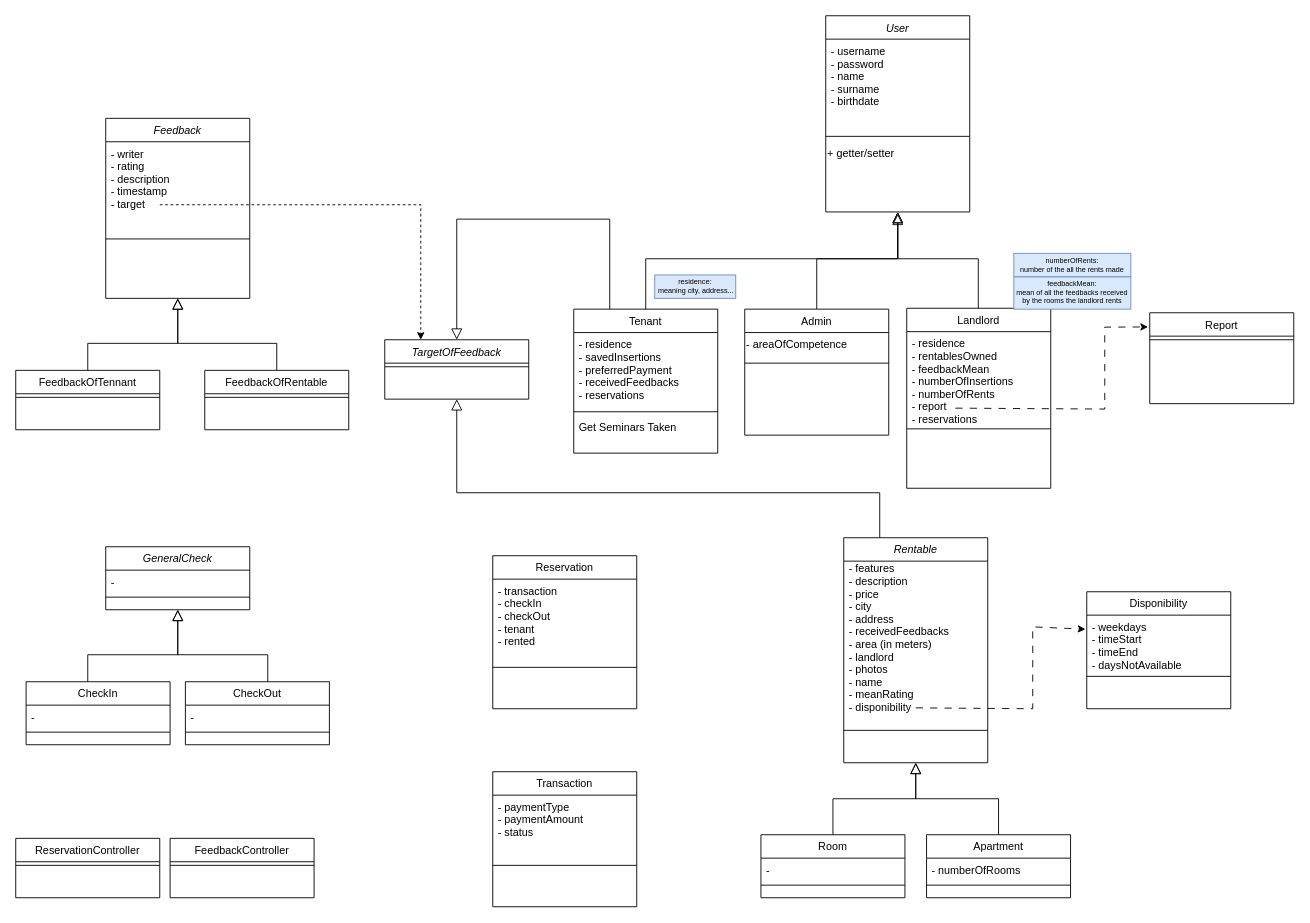
This is class_diagram.drawio from dnbias/hroom, a draw.io file, before an edit. Source tidied: cells renumbered, new cells numbered last; positions are measured from the earlier drawing's top-left corner, leaving out a move shared by most shapes. Both pictures are drawn from the tidied source at 90%, with x=0, y=0 at pixel (15, 15).
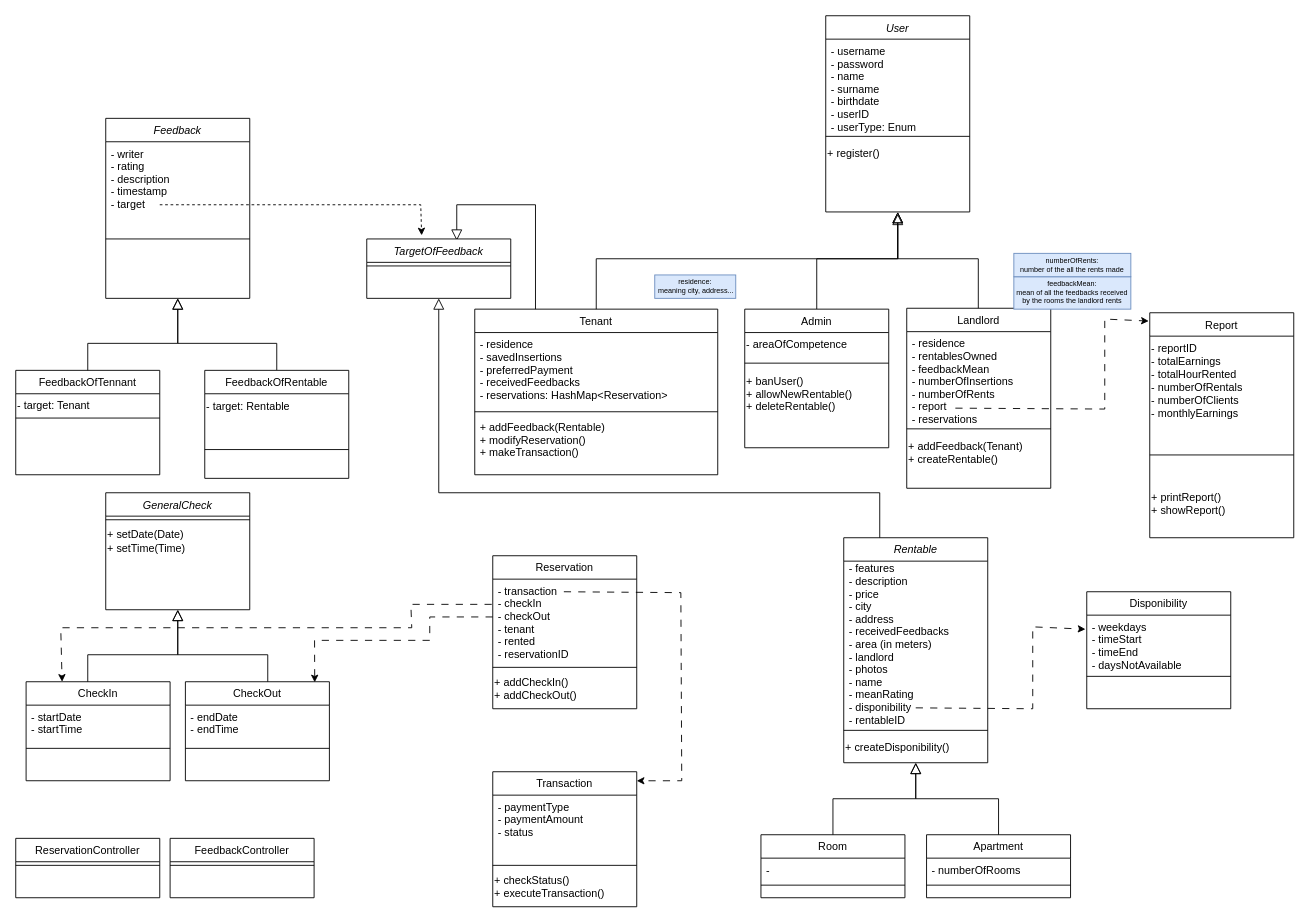
The same page after the edit.

The change refers to these unchanged cells:
```xml
<mxCell id="2" value="User" style="swimlane;fontStyle=2;align=center;verticalAlign=top;horizontal=1;startSize=26;rounded=0;shadow=0;strokeWidth=1;" parent="1" vertex="1">
  <mxGeometry x="900" width="160" height="218" as="geometry" />
</mxCell>
<mxCell id="11" value="Landlord" style="swimlane;fontStyle=0;align=center;verticalAlign=top;horizontal=1;startSize=26;rounded=0;shadow=0;strokeWidth=1;" parent="1" vertex="1">
  <mxGeometry x="990" y="325" width="160" height="200" as="geometry" />
</mxCell>
<mxCell id="19" value="Rentable" style="swimlane;fontStyle=2;align=center;verticalAlign=top;horizontal=1;startSize=26;rounded=0;shadow=0;strokeWidth=1;" parent="1" vertex="1">
  <mxGeometry x="920" y="580" width="160" height="250" as="geometry" />
</mxCell>
<mxCell id="28" value="Reservation" style="swimlane;fontStyle=0;align=center;verticalAlign=top;horizontal=1;startSize=26;rounded=0;shadow=0;strokeWidth=1;" parent="1" vertex="1">
  <mxGeometry x="530" y="600" width="160" height="170" as="geometry" />
</mxCell>
<mxCell id="31" value="Transaction" style="swimlane;fontStyle=0;align=center;verticalAlign=top;horizontal=1;startSize=26;rounded=0;shadow=0;strokeWidth=1;" parent="1" vertex="1">
  <mxGeometry x="530" y="840" width="160" height="150" as="geometry" />
</mxCell>
<mxCell id="34" value="Feedback" style="swimlane;fontStyle=2;align=center;verticalAlign=top;horizontal=1;startSize=26;rounded=0;shadow=0;strokeWidth=1;" parent="1" vertex="1">
  <mxGeometry x="100" y="114" width="160" height="200" as="geometry" />
</mxCell>
```

What changed in the source:
```diff
@@
-    <mxCell id="3" value="- username&#10;- password&#10;- name&#10;- surname&#10;- birthdate&#10;" style="text;align=left;verticalAlign=top;spacingLeft=4;spacingRight=4;overflow=hidden;" parent="2" vertex="1">
+    <mxCell id="3" value="- username&#10;- password&#10;- name&#10;- surname&#10;- birthdate&#10;- userID&#10;- userType: Enum&#10;" style="text;align=left;verticalAlign=top;spacingLeft=4;spacingRight=4;overflow=hidden;" parent="2" vertex="1">
       <mxGeometry y="26" width="160" height="104" as="geometry" />
     </mxCell>
@@
-    <mxCell id="5" value="&lt;div&gt;+ getter/setter&lt;/div&gt;" style="text;html=1;align=left;verticalAlign=middle;strokeColor=none;fillColor=none;" parent="2" vertex="1">
-      <mxGeometry y="138" width="160" height="30" as="geometry" />
-    </mxCell>
+    <mxCell id="76" value="+ register()" style="text;html=1;align=left;verticalAlign=middle;strokeColor=none;fillColor=none;" parent="2" vertex="1">
+      <mxGeometry y="138" width="160" height="30" as="geometry" />
+    </mxCell>
     <mxCell id="6" value="Tenant" style="swimlane;fontStyle=0;align=center;verticalAlign=top;horizontal=1;startSize=26;rounded=0;shadow=0;strokeWidth=1;" parent="1" vertex="1">
-      <mxGeometry x="620" y="326" width="160" height="160" as="geometry" />
+      <mxGeometry x="510" y="326" width="270" height="184" as="geometry" />
     </mxCell>
-    <mxCell id="7" value="- residence&#10;- savedInsertions&#10;- preferredPayment&#10;- receivedFeedbacks&#10;- reservations&#10;&#10;" style="text;align=left;verticalAlign=top;spacingLeft=4;spacingRight=4;overflow=hidden;" parent="6" vertex="1">
-      <mxGeometry y="26" width="160" height="84" as="geometry" />
+    <mxCell id="7" value="- residence&#10;- savedInsertions&#10;- preferredPayment&#10;- receivedFeedbacks&#10;- reservations: HashMap&lt;Reservation&gt;&#10;&#10;" style="text;align=left;verticalAlign=top;spacingLeft=4;spacingRight=4;overflow=hidden;" parent="6" vertex="1">
+      <mxGeometry y="26" width="270" height="84" as="geometry" />
     </mxCell>
     <mxCell id="8" style="line;html=1;strokeWidth=1;align=left;verticalAlign=middle;spacingTop=-1;spacingLeft=3;spacingRight=3;labelPosition=right;" parent="6" vertex="1">
-      <mxGeometry y="110" width="160" height="8" as="geometry" />
+      <mxGeometry y="110" width="270" height="8" as="geometry" />
     </mxCell>
-    <mxCell id="9" value="Get Seminars Taken" style="text;align=left;verticalAlign=top;spacingLeft=4;spacingRight=4;overflow=hidden;" parent="6" vertex="1">
-      <mxGeometry y="118" width="160" height="26" as="geometry" />
+    <mxCell id="9" value="+ addFeedback(Rentable)&#10;+ modifyReservation()&#10;+ makeTransaction()&#10;&#10;" style="text;align=left;verticalAlign=top;spacingLeft=4;spacingRight=4;overflow=hidden;" parent="6" vertex="1">
+      <mxGeometry y="118" width="270" height="62" as="geometry" />
     </mxCell>
@@
+    <mxCell id="77" value="&lt;div&gt;+ addFeedback(Tenant)&lt;/div&gt;&lt;div&gt;+ createRentable()&lt;/div&gt;&lt;div&gt;&lt;br&gt;&lt;/div&gt;" style="text;html=1;align=left;verticalAlign=middle;strokeColor=none;fillColor=none;" parent="11" vertex="1">
+      <mxGeometry y="138" width="160" height="60" as="geometry" />
+    </mxCell>
@@
     <mxCell id="15" value="FeedbackOfTennant" style="swimlane;fontStyle=0;align=center;verticalAlign=top;horizontal=1;startSize=26;rounded=0;shadow=0;strokeWidth=1;" parent="1" vertex="1">
-      <mxGeometry y="394" width="160" height="66" as="geometry" />
+      <mxGeometry y="394" width="160" height="116" as="geometry" />
     </mxCell>
     <mxCell id="16" style="line;html=1;strokeWidth=1;align=left;verticalAlign=middle;spacingTop=-1;spacingLeft=3;spacingRight=3;labelPosition=right;" parent="15" vertex="1">
-      <mxGeometry y="26" width="160" height="8" as="geometry" />
+      <mxGeometry y="26" width="160" height="54" as="geometry" />
     </mxCell>
     <mxCell id="17" value="Report" style="swimlane;fontStyle=0;align=center;verticalAlign=top;horizontal=1;startSize=26;rounded=0;shadow=0;strokeWidth=1;" parent="1" vertex="1">
-      <mxGeometry x="1260" y="330" width="160" height="101" as="geometry" />
+      <mxGeometry x="1260" y="330" width="160" height="250" as="geometry" />
     </mxCell>
+    <mxCell id="78" value="&lt;div&gt;- reportID&lt;/div&gt;&lt;div&gt;- totalEarnings&lt;/div&gt;&lt;div&gt;- totalHourRented&lt;/div&gt;&lt;div&gt;- numberOfRentals&lt;/div&gt;&lt;div&gt;- numberOfClients&lt;br&gt;&lt;/div&gt;&lt;div&gt;- monthlyEarnings&lt;br&gt;&lt;/div&gt;" style="text;html=1;align=left;verticalAlign=middle;strokeColor=none;fillColor=none;" parent="17" vertex="1">
+      <mxGeometry y="26" width="160" height="100" as="geometry" />
+    </mxCell>
     <mxCell id="18" style="line;html=1;strokeWidth=1;align=left;verticalAlign=middle;spacingTop=-1;spacingLeft=3;spacingRight=3;labelPosition=right;" parent="17" vertex="1">
-      <mxGeometry y="26" width="160" height="8" as="geometry" />
+      <mxGeometry y="126" width="160" height="64" as="geometry" />
     </mxCell>
+    <mxCell id="79" value="&lt;div&gt;+ printReport()&lt;/div&gt;&lt;div&gt;+ showReport()&lt;/div&gt;&lt;div&gt;&lt;br&gt;&lt;/div&gt;" style="text;html=1;align=left;verticalAlign=middle;strokeColor=none;fillColor=none;" parent="17" vertex="1">
+      <mxGeometry y="190" width="160" height="60" as="geometry" />
+    </mxCell>
@@
-    <mxCell id="20" value="- features&#10;- description&#10;- price&#10;- city&#10;- address&#10;- receivedFeedbacks&#10;- area (in meters)&#10;- landlord&#10;- photos&#10;- name&#10;- meanRating&#10;- disponibility&#10;&#10;&#10;&#10;&#10;&#10;" style="text;align=left;verticalAlign=middle;spacingLeft=4;spacingRight=4;overflow=hidden;labelPosition=center;verticalLabelPosition=middle;" parent="19" vertex="1">
+    <mxCell id="20" value="- features&#10;- description&#10;- price&#10;- city&#10;- address&#10;- receivedFeedbacks&#10;- area (in meters)&#10;- landlord&#10;- photos&#10;- name&#10;- meanRating&#10;- disponibility&#10;- rentableID&#10;&#10;&#10;&#10;&#10;&#10;&#10;" style="text;align=left;verticalAlign=middle;spacingLeft=4;spacingRight=4;overflow=hidden;labelPosition=center;verticalLabelPosition=middle;" parent="19" vertex="1">
       <mxGeometry y="26" width="160" height="184" as="geometry" />
     </mxCell>
@@
+    <mxCell id="80" value="+ createDisponibility()" style="text;html=1;align=left;verticalAlign=middle;strokeColor=none;fillColor=none;" parent="19" vertex="1">
+      <mxGeometry y="218" width="160" height="30" as="geometry" />
+    </mxCell>
@@
-    <mxCell id="29" value="- transaction&#10;- checkIn&#10;- checkOut&#10;- tenant&#10;- rented&#10;" style="text;align=left;verticalAlign=top;spacingLeft=4;spacingRight=4;overflow=hidden;points=[[0,0.5],[1,0.5]];portConstraint=eastwest;" parent="28" vertex="1">
+    <mxCell id="29" value="- transaction&#10;- checkIn&#10;- checkOut&#10;- tenant&#10;- rented&#10;- reservationID&#10;&#10;" style="text;align=left;verticalAlign=top;spacingLeft=4;spacingRight=4;overflow=hidden;points=[[0,0.5],[1,0.5]];portConstraint=eastwest;" parent="28" vertex="1">
       <mxGeometry y="26" width="160" height="94" as="geometry" />
     </mxCell>
@@
+    <mxCell id="81" value="&lt;div&gt;+ addCheckIn()&lt;/div&gt;&lt;div&gt;+ addCheckOut()&lt;/div&gt;" style="text;html=1;align=left;verticalAlign=middle;strokeColor=none;fillColor=none;" parent="28" vertex="1">
+      <mxGeometry y="128" width="160" height="40" as="geometry" />
+    </mxCell>
@@
+    <mxCell id="82" value="&lt;div&gt;+ checkStatus()&lt;br&gt;&lt;/div&gt;&lt;div&gt;+ executeTransaction()&lt;br&gt;&lt;/div&gt;" style="text;html=1;align=left;verticalAlign=middle;strokeColor=none;fillColor=none;" parent="31" vertex="1">
+      <mxGeometry y="108" width="160" height="40" as="geometry" />
+    </mxCell>
@@
     <mxCell id="36" style="endArrow=block;endSize=10;endFill=0;shadow=0;strokeWidth=1;rounded=0;edgeStyle=elbowEdgeStyle;elbow=vertical;exitX=0.25;exitY=0;exitDx=0;exitDy=0;" parent="34" edge="1" source="6">
       <mxGeometry relative="1" as="geometry">
-        <mxPoint x="390" y="246" as="targetPoint" />
+        <mxPoint x="390" y="136" as="targetPoint" />
         <Array as="points">
-          <mxPoint x="170" y="112" />
+          <mxPoint x="480" y="96" />
         </Array>
       </mxGeometry>
     </mxCell>
@@
     <mxCell id="45" value="TargetOfFeedback" style="swimlane;fontStyle=2;align=center;verticalAlign=top;horizontal=1;startSize=26;rounded=0;shadow=0;strokeWidth=1;" parent="1" vertex="1">
-      <mxGeometry x="410" y="360" width="160" height="66" as="geometry" />
+      <mxGeometry x="390" y="248" width="160" height="66" as="geometry" />
     </mxCell>
@@
     <mxCell id="49" value="Admin" style="swimlane;fontStyle=0;align=center;verticalAlign=top;horizontal=1;startSize=26;rounded=0;shadow=0;strokeWidth=1;" parent="1" vertex="1">
-      <mxGeometry x="810" y="326" width="160" height="140" as="geometry" />
+      <mxGeometry x="810" y="326" width="160" height="154" as="geometry" />
     </mxCell>
@@
+    <mxCell id="83" value="&lt;div&gt;+ banUser()&lt;/div&gt;&lt;div&gt;+ allowNewRentable()&lt;/div&gt;&lt;div&gt;+ deleteRentable()&lt;/div&gt;&lt;div&gt;&lt;br&gt;&lt;/div&gt;&lt;div&gt;&lt;br&gt;&lt;/div&gt;" style="text;html=1;align=left;verticalAlign=middle;strokeColor=none;fillColor=none;" parent="49" vertex="1">
+      <mxGeometry y="64" width="160" height="90" as="geometry" />
+    </mxCell>
@@
-    <mxCell id="53" style="endArrow=classic;html=1;rounded=0;entryX=0.25;entryY=0;entryDx=0;entryDy=0;dashed=1;" parent="1" edge="1" target="45">
+    <mxCell id="53" style="endArrow=classic;html=1;rounded=0;dashed=1;" parent="1" edge="1">
       <mxGeometry relative="1" as="geometry">
         <mxPoint x="160" y="210" as="sourcePoint" />
+        <mxPoint x="451" y="244" as="targetPoint" />
         <Array as="points">
           <mxPoint x="450" y="210" />
         </Array>
       </mxGeometry>
     </mxCell>
-    <mxCell id="54" style="endArrow=classic;html=1;rounded=0;entryX=-0.012;entryY=0.156;entryDx=0;entryDy=0;entryPerimeter=0;dashed=1;dashPattern=8 8;" parent="1" edge="1" target="17">
+    <mxCell id="54" style="endArrow=classic;html=1;rounded=0;entryX=-0.007;entryY=0.037;entryDx=0;entryDy=0;entryPerimeter=0;dashed=1;dashPattern=8 8;" parent="1" edge="1" target="17">
       <mxGeometry relative="1" as="geometry">
         <mxPoint x="1044" y="436" as="sourcePoint" />
         <Array as="points">
           <mxPoint x="1210" y="437" />
-          <mxPoint x="1210" y="346" />
+          <mxPoint x="1210" y="337" />
         </Array>
       </mxGeometry>
     </mxCell>
@@
     <mxCell id="59" value="CheckIn" style="swimlane;fontStyle=0;align=center;verticalAlign=top;horizontal=1;startSize=26;rounded=0;shadow=0;strokeWidth=1;" parent="1" vertex="1">
-      <mxGeometry x="11.5" y="740" width="160" height="70" as="geometry" />
+      <mxGeometry x="11.5" y="740" width="160" height="110" as="geometry" />
     </mxCell>
-    <mxCell id="60" value="- " style="text;align=left;verticalAlign=top;spacingLeft=4;spacingRight=4;overflow=hidden;" parent="59" vertex="1">
-      <mxGeometry y="26" width="160" height="26" as="geometry" />
+    <mxCell id="60" value="- startDate&#10;- startTime&#10;" style="text;align=left;verticalAlign=top;spacingLeft=4;spacingRight=4;overflow=hidden;" parent="59" vertex="1">
+      <mxGeometry y="26" width="160" height="44" as="geometry" />
     </mxCell>
     <mxCell id="61" style="line;html=1;strokeWidth=1;align=left;verticalAlign=middle;spacingTop=-1;spacingLeft=3;spacingRight=3;labelPosition=right;" parent="59" vertex="1">
-      <mxGeometry y="52" width="160" height="8" as="geometry" />
+      <mxGeometry y="70" width="160" height="8" as="geometry" />
     </mxCell>
     <mxCell id="62" value="CheckOut" style="swimlane;fontStyle=0;align=center;verticalAlign=top;horizontal=1;startSize=26;rounded=0;shadow=0;strokeWidth=1;" parent="1" vertex="1">
-      <mxGeometry x="188.5" y="740" width="160" height="70" as="geometry" />
+      <mxGeometry x="188.5" y="740" width="160" height="110" as="geometry" />
     </mxCell>
-    <mxCell id="63" value="- " style="text;align=left;verticalAlign=top;spacingLeft=4;spacingRight=4;overflow=hidden;" parent="62" vertex="1">
-      <mxGeometry y="26" width="160" height="26" as="geometry" />
+    <mxCell id="63" value="- endDate&#10;- endTime&#10;" style="text;align=left;verticalAlign=top;spacingLeft=4;spacingRight=4;overflow=hidden;" parent="62" vertex="1">
+      <mxGeometry y="26" width="160" height="44" as="geometry" />
     </mxCell>
     <mxCell id="64" style="line;html=1;strokeWidth=1;align=left;verticalAlign=middle;spacingTop=-1;spacingLeft=3;spacingRight=3;labelPosition=right;" parent="62" vertex="1">
-      <mxGeometry y="52" width="160" height="8" as="geometry" />
+      <mxGeometry y="70" width="160" height="8" as="geometry" />
     </mxCell>
     <mxCell id="65" value="GeneralCheck" style="swimlane;fontStyle=2;align=center;verticalAlign=top;horizontal=1;startSize=26;rounded=0;shadow=0;strokeWidth=1;" parent="1" vertex="1">
-      <mxGeometry x="100" y="590" width="160" height="70" as="geometry" />
+      <mxGeometry x="100" y="530" width="160" height="130" as="geometry" />
     </mxCell>
-    <mxCell id="66" value="- " style="text;align=left;verticalAlign=top;spacingLeft=4;spacingRight=4;overflow=hidden;" parent="65" vertex="1">
-      <mxGeometry y="26" width="160" height="26" as="geometry" />
-    </mxCell>
     <mxCell id="67" style="line;html=1;strokeWidth=1;align=left;verticalAlign=middle;spacingTop=-1;spacingLeft=3;spacingRight=3;labelPosition=right;" parent="65" vertex="1">
-      <mxGeometry y="52" width="160" height="8" as="geometry" />
+      <mxGeometry y="26" width="160" height="8" as="geometry" />
     </mxCell>
+    <mxCell id="84" value="&lt;div&gt;+ setDate(Date)&lt;/div&gt;&lt;div&gt;+ setTime(Time)&lt;br&gt;&lt;/div&gt;" style="text;html=1;align=left;verticalAlign=middle;strokeColor=none;fillColor=none;" parent="65" vertex="1">
+      <mxGeometry y="34" width="160" height="40" as="geometry" />
+    </mxCell>
@@
     <mxCell id="70" value="FeedbackOfRentable" style="swimlane;fontStyle=0;align=center;verticalAlign=top;horizontal=1;startSize=26;rounded=0;shadow=0;strokeWidth=1;" parent="1" vertex="1">
-      <mxGeometry x="210" y="394" width="160" height="66" as="geometry" />
+      <mxGeometry x="210" y="394" width="160" height="120" as="geometry" />
     </mxCell>
+    <mxCell id="85" value="- target: Rentable" style="text;html=1;align=left;verticalAlign=middle;strokeColor=none;fillColor=none;" parent="70" vertex="1">
+      <mxGeometry y="26" width="160" height="30" as="geometry" />
+    </mxCell>
     <mxCell id="71" style="line;html=1;strokeWidth=1;align=left;verticalAlign=middle;spacingTop=-1;spacingLeft=3;spacingRight=3;labelPosition=right;" parent="70" vertex="1">
-      <mxGeometry y="26" width="160" height="8" as="geometry" />
+      <mxGeometry y="56" width="160" height="64" as="geometry" />
     </mxCell>
@@
+    <mxCell id="86" style="endArrow=classic;html=1;rounded=0;dashed=1;dashPattern=8 8;entryX=1;entryY=0.067;entryDx=0;entryDy=0;entryPerimeter=0;" parent="1" edge="1" target="31">
+      <mxGeometry relative="1" as="geometry">
+        <mxPoint x="609" y="640" as="sourcePoint" />
+        <Array as="points">
+          <mxPoint x="739" y="641" />
+          <mxPoint x="740" y="850" />
+        </Array>
+      </mxGeometry>
+    </mxCell>
+    <mxCell id="87" style="endArrow=classic;html=1;rounded=0;dashed=1;dashPattern=8 8;exitX=-0.007;exitY=0.298;exitDx=0;exitDy=0;exitPerimeter=0;entryX=0.25;entryY=0;entryDx=0;entryDy=0;" parent="1" edge="1" source="29" target="59">
+      <mxGeometry relative="1" as="geometry">
+        <Array as="points">
+          <mxPoint x="439" y="654" />
+          <mxPoint x="440" y="680" />
+          <mxPoint x="50" y="680" />
+        </Array>
+      </mxGeometry>
+    </mxCell>
+    <mxCell id="88" style="endArrow=classic;html=1;rounded=0;dashed=1;dashPattern=8 8;exitX=-0.007;exitY=0.298;exitDx=0;exitDy=0;exitPerimeter=0;entryX=0.898;entryY=0.006;entryDx=0;entryDy=0;entryPerimeter=0;" parent="1" edge="1" target="62">
+      <mxGeometry relative="1" as="geometry">
+        <mxPoint x="530" y="668" as="sourcePoint" />
+        <Array as="points">
+          <mxPoint x="460" y="668" />
+          <mxPoint x="460" y="694" />
+          <mxPoint x="332" y="694" />
+        </Array>
+      </mxGeometry>
+    </mxCell>
+    <mxCell id="89" value="- target: Tenant" style="text;html=1;align=left;verticalAlign=middle;strokeColor=none;fillColor=none;" parent="1" vertex="1">
+      <mxGeometry y="418" width="100" height="30" as="geometry" />
+    </mxCell>
```
